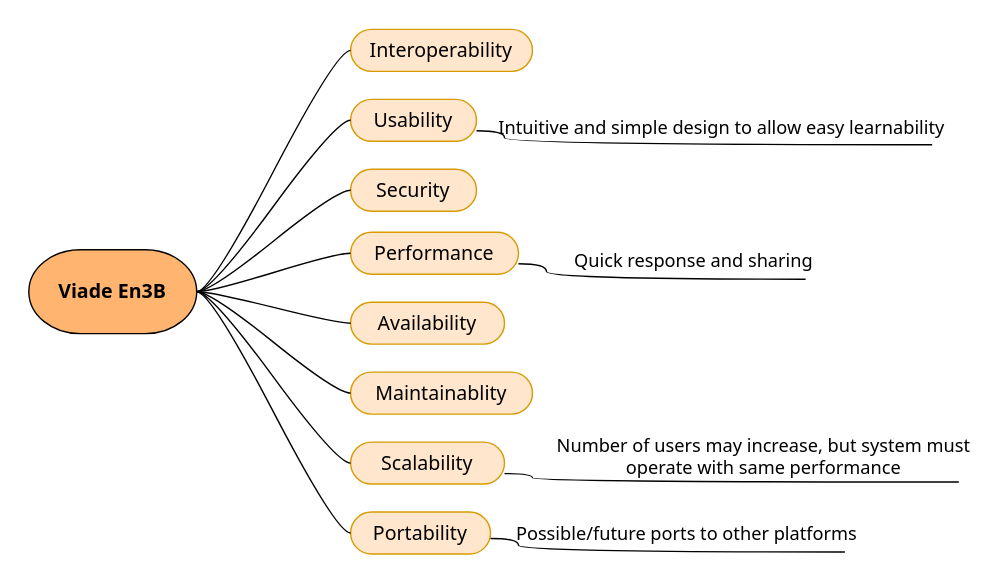
Above: src/docs/images/10_qualitytree.svg in labratests/viade_en3b1 (draw.io), before the change. Source tidied: cells renumbered, new cells last; positions are measured from the earlier drawing's top-left corner, leaving out a move shared by most shapes. Source of this version:
```xml
<mxGraphModel>
  <root>
    <mxCell id="0" />
    <mxCell id="1" parent="0" />
    <mxCell id="2" value="Interoperability" style="whiteSpace=wrap;html=1;rounded=1;arcSize=50;align=center;verticalAlign=middle;strokeWidth=1;spacing=4;fontFamily=Segoe UI;fontSize=14;fillColor=#ffe6cc;strokeColor=#d79b00;" parent="1" vertex="1">
      <mxGeometry x="230" y="0.5" width="130" height="30" as="geometry" />
    </mxCell>
    <mxCell id="3" style="edgeStyle=entityRelationEdgeStyle;startArrow=none;endArrow=none;segment=10;curved=1;fontFamily=Segoe UI;fontSize=13;exitX=1;exitY=0.5;exitDx=0;exitDy=0;exitPerimeter=0;" parent="1" edge="1" source="4" target="2">
      <mxGeometry relative="1" as="geometry" />
    </mxCell>
    <mxCell id="4" value="Viade En3B" style="strokeWidth=1;html=1;shape=mxgraph.flowchart.terminator;whiteSpace=wrap;rounded=0;fillColor=#FFB570;gradientColor=none;fontFamily=Segoe UI;fontSize=14;fontStyle=1;" parent="1" vertex="1">
      <mxGeometry y="158" width="120" height="60" as="geometry" />
    </mxCell>
    <mxCell id="5" style="edgeStyle=orthogonalEdgeStyle;curved=1;rounded=0;jettySize=auto;html=1;exitX=1;exitY=0.75;exitDx=0;exitDy=0;entryX=0.982;entryY=0.964;entryDx=0;entryDy=0;entryPerimeter=0;endArrow=none;endFill=0;strokeWidth=1;fontFamily=Segoe UI;fontSize=14;" parent="1" edge="1" source="6" target="23">
      <mxGeometry relative="1" as="geometry" />
    </mxCell>
    <mxCell id="6" value="Scalability" style="whiteSpace=wrap;html=1;rounded=1;arcSize=50;align=center;verticalAlign=middle;strokeWidth=1;spacing=4;fontFamily=Segoe UI;fontSize=14;fillColor=#ffe6cc;strokeColor=#d79b00;" parent="1" vertex="1">
      <mxGeometry x="230" y="295.5" width="110" height="30" as="geometry" />
    </mxCell>
    <mxCell id="7" style="edgeStyle=entityRelationEdgeStyle;startArrow=none;endArrow=none;segment=10;curved=1;fontFamily=Segoe UI;fontSize=13;exitX=1;exitY=0.5;exitDx=0;exitDy=0;exitPerimeter=0;" parent="1" edge="1" source="4" target="6">
      <mxGeometry relative="1" as="geometry" />
    </mxCell>
    <mxCell id="8" value="Security" style="whiteSpace=wrap;html=1;rounded=1;arcSize=50;align=center;verticalAlign=middle;strokeWidth=1;spacing=4;fontFamily=Segoe UI;fontSize=14;fillColor=#ffe6cc;strokeColor=#d79b00;" parent="1" vertex="1">
      <mxGeometry x="230" y="100.5" width="90" height="30" as="geometry" />
    </mxCell>
    <mxCell id="9" style="edgeStyle=entityRelationEdgeStyle;startArrow=none;endArrow=none;segment=10;curved=1;fontFamily=Segoe UI;fontSize=13;exitX=1;exitY=0.5;exitDx=0;exitDy=0;exitPerimeter=0;" parent="1" edge="1" source="4" target="8">
      <mxGeometry relative="1" as="geometry" />
    </mxCell>
    <mxCell id="10" value="Availability" style="whiteSpace=wrap;html=1;rounded=1;arcSize=50;align=center;verticalAlign=middle;strokeWidth=1;spacing=4;fontFamily=Segoe UI;fontSize=14;fillColor=#ffe6cc;strokeColor=#d79b00;" parent="1" vertex="1">
      <mxGeometry x="230" y="195.5" width="110" height="30" as="geometry" />
    </mxCell>
    <mxCell id="11" style="edgeStyle=entityRelationEdgeStyle;startArrow=none;endArrow=none;segment=10;curved=1;fontFamily=Segoe UI;fontSize=13;exitX=1;exitY=0.5;exitDx=0;exitDy=0;exitPerimeter=0;" parent="1" edge="1" source="4" target="10">
      <mxGeometry relative="1" as="geometry" />
    </mxCell>
    <mxCell id="12" style="edgeStyle=orthogonalEdgeStyle;curved=1;rounded=0;jettySize=auto;html=1;exitX=1;exitY=0.75;exitDx=0;exitDy=0;entryX=0.972;entryY=1.178;entryDx=0;entryDy=0;entryPerimeter=0;endArrow=none;endFill=0;strokeWidth=1;fontFamily=Segoe UI;fontSize=14;" parent="1" edge="1" source="13" target="24">
      <mxGeometry relative="1" as="geometry" />
    </mxCell>
    <mxCell id="13" value="Performance" style="whiteSpace=wrap;html=1;rounded=1;arcSize=50;align=center;verticalAlign=middle;strokeWidth=1;spacing=4;fontFamily=Segoe UI;fontSize=14;fillColor=#ffe6cc;strokeColor=#d79b00;" parent="1" vertex="1">
      <mxGeometry x="230" y="145.5" width="120" height="30" as="geometry" />
    </mxCell>
    <mxCell id="14" style="edgeStyle=entityRelationEdgeStyle;startArrow=none;endArrow=none;segment=10;curved=1;fontFamily=Segoe UI;fontSize=13;exitX=1;exitY=0.5;exitDx=0;exitDy=0;exitPerimeter=0;" parent="1" edge="1" source="4" target="13">
      <mxGeometry relative="1" as="geometry" />
    </mxCell>
    <mxCell id="15" value="Maintainablity" style="whiteSpace=wrap;html=1;rounded=1;arcSize=50;align=center;verticalAlign=middle;strokeWidth=1;spacing=4;fontFamily=Segoe UI;fontSize=14;fillColor=#ffe6cc;strokeColor=#d79b00;" parent="1" vertex="1">
      <mxGeometry x="230" y="245.5" width="130" height="30" as="geometry" />
    </mxCell>
    <mxCell id="16" style="edgeStyle=entityRelationEdgeStyle;startArrow=none;endArrow=none;segment=10;curved=1;fontFamily=Segoe UI;fontSize=13;exitX=1;exitY=0.5;exitDx=0;exitDy=0;exitPerimeter=0;" parent="1" edge="1" source="4" target="15">
      <mxGeometry relative="1" as="geometry" />
    </mxCell>
    <mxCell id="17" value="Portability" style="whiteSpace=wrap;html=1;rounded=1;arcSize=50;align=center;verticalAlign=middle;strokeWidth=1;spacing=4;fontFamily=Segoe UI;fontSize=14;fillColor=#ffe6cc;strokeColor=#d79b00;" parent="1" vertex="1">
      <mxGeometry x="230" y="345.5" width="100" height="30" as="geometry" />
    </mxCell>
    <mxCell id="18" style="edgeStyle=entityRelationEdgeStyle;startArrow=none;endArrow=none;segment=10;curved=1;fontFamily=Segoe UI;fontSize=13;exitX=1;exitY=0.5;exitDx=0;exitDy=0;exitPerimeter=0;" parent="1" edge="1" source="4" target="17">
      <mxGeometry relative="1" as="geometry" />
    </mxCell>
    <mxCell id="19" style="edgeStyle=orthogonalEdgeStyle;curved=1;rounded=0;jettySize=auto;html=1;exitX=1;exitY=0.75;exitDx=0;exitDy=0;entryX=0.986;entryY=1.122;entryDx=0;entryDy=0;entryPerimeter=0;endArrow=none;endFill=0;strokeWidth=1;fontFamily=Segoe UI;fontSize=13;" parent="1" edge="1" source="20" target="22">
      <mxGeometry relative="1" as="geometry" />
    </mxCell>
    <mxCell id="20" value="Usability" style="whiteSpace=wrap;html=1;rounded=1;arcSize=50;align=center;verticalAlign=middle;strokeWidth=1;spacing=4;fontFamily=Segoe UI;fontSize=14;fillColor=#ffe6cc;strokeColor=#d79b00;" parent="1" vertex="1">
      <mxGeometry x="230" y="50.5" width="90" height="30" as="geometry" />
    </mxCell>
    <mxCell id="21" style="edgeStyle=entityRelationEdgeStyle;startArrow=none;endArrow=none;segment=10;curved=1;fontFamily=Segoe UI;fontSize=13;exitX=1;exitY=0.5;exitDx=0;exitDy=0;exitPerimeter=0;" parent="1" edge="1" source="4" target="20">
      <mxGeometry relative="1" as="geometry" />
    </mxCell>
    <mxCell id="22" value="Intuitive and simple design to allow easy learnability" style="text;html=1;align=center;verticalAlign=middle;points=[];fontSize=13;fontFamily=Segoe UI;" parent="1" vertex="1">
      <mxGeometry x="340" y="60.5" width="310" height="20" as="geometry" />
    </mxCell>
    <mxCell id="23" value="Number of users may increase, but system must &lt;br&gt;operate with same performance" style="text;html=1;align=center;verticalAlign=middle;points=[];fontSize=13;fontFamily=Segoe UI;" parent="1" vertex="1">
      <mxGeometry x="380" y="285.5" width="290" height="40" as="geometry" />
    </mxCell>
    <mxCell id="24" value="Quick response and sharing" style="text;html=1;align=center;verticalAlign=middle;points=[];fontSize=13;fontFamily=Segoe UI;" parent="1" vertex="1">
      <mxGeometry x="390" y="155.5" width="170" height="20" as="geometry" />
    </mxCell>
    <mxCell id="25" style="edgeStyle=orthogonalEdgeStyle;curved=1;rounded=0;jettySize=auto;html=1;exitX=1;exitY=0.75;exitDx=0;exitDy=0;entryX=0.972;entryY=1.178;entryDx=0;entryDy=0;entryPerimeter=0;endArrow=none;endFill=0;strokeWidth=1;fontFamily=Segoe UI;fontSize=14;" parent="1" edge="1" target="26">
      <mxGeometry relative="1" as="geometry">
        <mxPoint x="330" y="364.4" as="sourcePoint" />
      </mxGeometry>
    </mxCell>
    <mxCell id="26" value="Possible/future ports to other platforms" style="text;html=1;align=center;verticalAlign=middle;points=[];fontSize=13;fontFamily=Segoe UI;" parent="1" vertex="1">
      <mxGeometry x="350" y="350.5" width="240" height="20" as="geometry" />
    </mxCell>
  </root>
</mxGraphModel>
```
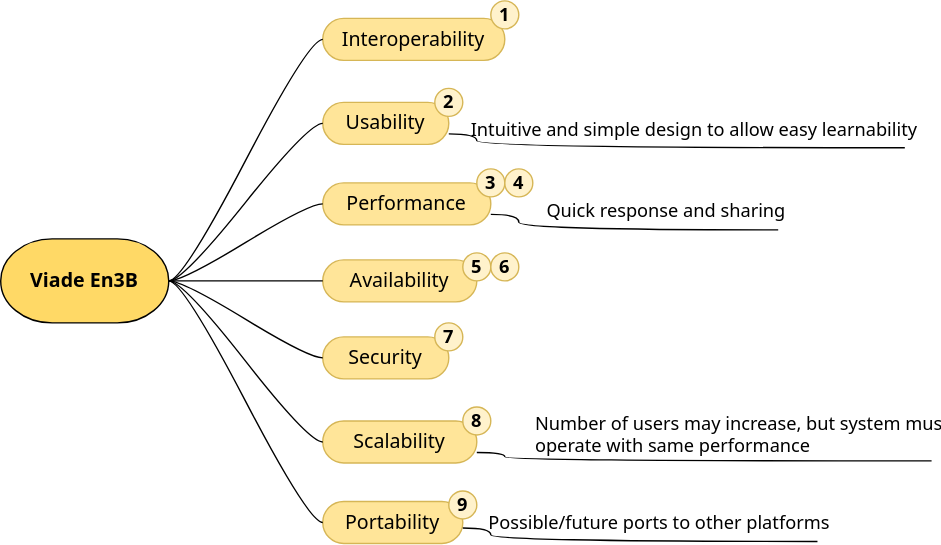
The same diagram one commit later.

The edit, as a diff of the source:
```diff
@@ -2,32 +2,32 @@
   <root>
     <mxCell id="0" />
     <mxCell id="1" parent="0" />
-    <mxCell id="2" value="Interoperability" style="whiteSpace=wrap;html=1;rounded=1;arcSize=50;align=center;verticalAlign=middle;strokeWidth=1;spacing=4;fontFamily=Segoe UI;fontSize=14;fillColor=#ffe6cc;strokeColor=#d79b00;" parent="1" vertex="1">
+    <mxCell id="2" value="Interoperability" style="whiteSpace=wrap;html=1;rounded=1;arcSize=50;align=center;verticalAlign=middle;strokeWidth=1;spacing=4;fontFamily=Segoe UI;fontSize=14;fillColor=#FFE599;strokeColor=#d6b656;" parent="1" vertex="1">
       <mxGeometry x="230" y="0.5" width="130" height="30" as="geometry" />
     </mxCell>
     <mxCell id="3" style="edgeStyle=entityRelationEdgeStyle;startArrow=none;endArrow=none;segment=10;curved=1;fontFamily=Segoe UI;fontSize=13;exitX=1;exitY=0.5;exitDx=0;exitDy=0;exitPerimeter=0;" parent="1" edge="1" source="4" target="2">
       <mxGeometry relative="1" as="geometry" />
     </mxCell>
-    <mxCell id="4" value="Viade En3B" style="strokeWidth=1;html=1;shape=mxgraph.flowchart.terminator;whiteSpace=wrap;rounded=0;fillColor=#FFB570;gradientColor=none;fontFamily=Segoe UI;fontSize=14;fontStyle=1;" parent="1" vertex="1">
+    <mxCell id="4" value="Viade En3B" style="strokeWidth=1;html=1;shape=mxgraph.flowchart.terminator;whiteSpace=wrap;rounded=0;fillColor=#FFD966;gradientColor=none;fontFamily=Segoe UI;fontSize=14;fontStyle=1;" parent="1" vertex="1">
       <mxGeometry y="158" width="120" height="60" as="geometry" />
     </mxCell>
     <mxCell id="5" style="edgeStyle=orthogonalEdgeStyle;curved=1;rounded=0;jettySize=auto;html=1;exitX=1;exitY=0.75;exitDx=0;exitDy=0;entryX=0.982;entryY=0.964;entryDx=0;entryDy=0;entryPerimeter=0;endArrow=none;endFill=0;strokeWidth=1;fontFamily=Segoe UI;fontSize=14;" parent="1" edge="1" source="6" target="23">
       <mxGeometry relative="1" as="geometry" />
     </mxCell>
-    <mxCell id="6" value="Scalability" style="whiteSpace=wrap;html=1;rounded=1;arcSize=50;align=center;verticalAlign=middle;strokeWidth=1;spacing=4;fontFamily=Segoe UI;fontSize=14;fillColor=#ffe6cc;strokeColor=#d79b00;" parent="1" vertex="1">
-      <mxGeometry x="230" y="295.5" width="110" height="30" as="geometry" />
+    <mxCell id="6" value="Scalability" style="whiteSpace=wrap;html=1;rounded=1;arcSize=50;align=center;verticalAlign=middle;strokeWidth=1;spacing=4;fontFamily=Segoe UI;fontSize=14;fillColor=#FFE599;strokeColor=#d6b656;" parent="1" vertex="1">
+      <mxGeometry x="230" y="288" width="110" height="30" as="geometry" />
     </mxCell>
     <mxCell id="7" style="edgeStyle=entityRelationEdgeStyle;startArrow=none;endArrow=none;segment=10;curved=1;fontFamily=Segoe UI;fontSize=13;exitX=1;exitY=0.5;exitDx=0;exitDy=0;exitPerimeter=0;" parent="1" edge="1" source="4" target="6">
       <mxGeometry relative="1" as="geometry" />
     </mxCell>
-    <mxCell id="8" value="Security" style="whiteSpace=wrap;html=1;rounded=1;arcSize=50;align=center;verticalAlign=middle;strokeWidth=1;spacing=4;fontFamily=Segoe UI;fontSize=14;fillColor=#ffe6cc;strokeColor=#d79b00;" parent="1" vertex="1">
-      <mxGeometry x="230" y="100.5" width="90" height="30" as="geometry" />
+    <mxCell id="8" value="Security" style="whiteSpace=wrap;html=1;rounded=1;arcSize=50;align=center;verticalAlign=middle;strokeWidth=1;spacing=4;fontFamily=Segoe UI;fontSize=14;fillColor=#FFE599;strokeColor=#d6b656;" parent="1" vertex="1">
+      <mxGeometry x="230" y="228" width="90" height="30" as="geometry" />
     </mxCell>
     <mxCell id="9" style="edgeStyle=entityRelationEdgeStyle;startArrow=none;endArrow=none;segment=10;curved=1;fontFamily=Segoe UI;fontSize=13;exitX=1;exitY=0.5;exitDx=0;exitDy=0;exitPerimeter=0;" parent="1" edge="1" source="4" target="8">
       <mxGeometry relative="1" as="geometry" />
     </mxCell>
-    <mxCell id="10" value="Availability" style="whiteSpace=wrap;html=1;rounded=1;arcSize=50;align=center;verticalAlign=middle;strokeWidth=1;spacing=4;fontFamily=Segoe UI;fontSize=14;fillColor=#ffe6cc;strokeColor=#d79b00;" parent="1" vertex="1">
-      <mxGeometry x="230" y="195.5" width="110" height="30" as="geometry" />
+    <mxCell id="10" value="Availability" style="whiteSpace=wrap;html=1;rounded=1;arcSize=50;align=center;verticalAlign=middle;strokeWidth=1;spacing=4;fontFamily=Segoe UI;fontSize=14;fillColor=#FFE599;strokeColor=#d6b656;" parent="1" vertex="1">
+      <mxGeometry x="230" y="173" width="110" height="30" as="geometry" />
     </mxCell>
     <mxCell id="11" style="edgeStyle=entityRelationEdgeStyle;startArrow=none;endArrow=none;segment=10;curved=1;fontFamily=Segoe UI;fontSize=13;exitX=1;exitY=0.5;exitDx=0;exitDy=0;exitPerimeter=0;" parent="1" edge="1" source="4" target="10">
       <mxGeometry relative="1" as="geometry" />
@@ -35,19 +35,13 @@
     <mxCell id="12" style="edgeStyle=orthogonalEdgeStyle;curved=1;rounded=0;jettySize=auto;html=1;exitX=1;exitY=0.75;exitDx=0;exitDy=0;entryX=0.972;entryY=1.178;entryDx=0;entryDy=0;entryPerimeter=0;endArrow=none;endFill=0;strokeWidth=1;fontFamily=Segoe UI;fontSize=14;" parent="1" edge="1" source="13" target="24">
       <mxGeometry relative="1" as="geometry" />
     </mxCell>
-    <mxCell id="13" value="Performance" style="whiteSpace=wrap;html=1;rounded=1;arcSize=50;align=center;verticalAlign=middle;strokeWidth=1;spacing=4;fontFamily=Segoe UI;fontSize=14;fillColor=#ffe6cc;strokeColor=#d79b00;" parent="1" vertex="1">
-      <mxGeometry x="230" y="145.5" width="120" height="30" as="geometry" />
+    <mxCell id="13" value="Performance" style="whiteSpace=wrap;html=1;rounded=1;arcSize=50;align=center;verticalAlign=middle;strokeWidth=1;spacing=4;fontFamily=Segoe UI;fontSize=14;fillColor=#FFE599;strokeColor=#d6b656;" parent="1" vertex="1">
+      <mxGeometry x="230" y="118" width="120" height="30" as="geometry" />
     </mxCell>
     <mxCell id="14" style="edgeStyle=entityRelationEdgeStyle;startArrow=none;endArrow=none;segment=10;curved=1;fontFamily=Segoe UI;fontSize=13;exitX=1;exitY=0.5;exitDx=0;exitDy=0;exitPerimeter=0;" parent="1" edge="1" source="4" target="13">
       <mxGeometry relative="1" as="geometry" />
     </mxCell>
-    <mxCell id="15" value="Maintainablity" style="whiteSpace=wrap;html=1;rounded=1;arcSize=50;align=center;verticalAlign=middle;strokeWidth=1;spacing=4;fontFamily=Segoe UI;fontSize=14;fillColor=#ffe6cc;strokeColor=#d79b00;" parent="1" vertex="1">
-      <mxGeometry x="230" y="245.5" width="130" height="30" as="geometry" />
-    </mxCell>
-    <mxCell id="16" style="edgeStyle=entityRelationEdgeStyle;startArrow=none;endArrow=none;segment=10;curved=1;fontFamily=Segoe UI;fontSize=13;exitX=1;exitY=0.5;exitDx=0;exitDy=0;exitPerimeter=0;" parent="1" edge="1" source="4" target="15">
-      <mxGeometry relative="1" as="geometry" />
-    </mxCell>
-    <mxCell id="17" value="Portability" style="whiteSpace=wrap;html=1;rounded=1;arcSize=50;align=center;verticalAlign=middle;strokeWidth=1;spacing=4;fontFamily=Segoe UI;fontSize=14;fillColor=#ffe6cc;strokeColor=#d79b00;" parent="1" vertex="1">
+    <mxCell id="17" value="Portability" style="whiteSpace=wrap;html=1;rounded=1;arcSize=50;align=center;verticalAlign=middle;strokeWidth=1;spacing=4;fontFamily=Segoe UI;fontSize=14;fillColor=#FFE599;strokeColor=#d6b656;" parent="1" vertex="1">
       <mxGeometry x="230" y="345.5" width="100" height="30" as="geometry" />
     </mxCell>
     <mxCell id="18" style="edgeStyle=entityRelationEdgeStyle;startArrow=none;endArrow=none;segment=10;curved=1;fontFamily=Segoe UI;fontSize=13;exitX=1;exitY=0.5;exitDx=0;exitDy=0;exitPerimeter=0;" parent="1" edge="1" source="4" target="17">
@@ -56,20 +50,20 @@
     <mxCell id="19" style="edgeStyle=orthogonalEdgeStyle;curved=1;rounded=0;jettySize=auto;html=1;exitX=1;exitY=0.75;exitDx=0;exitDy=0;entryX=0.986;entryY=1.122;entryDx=0;entryDy=0;entryPerimeter=0;endArrow=none;endFill=0;strokeWidth=1;fontFamily=Segoe UI;fontSize=13;" parent="1" edge="1" source="20" target="22">
       <mxGeometry relative="1" as="geometry" />
     </mxCell>
-    <mxCell id="20" value="Usability" style="whiteSpace=wrap;html=1;rounded=1;arcSize=50;align=center;verticalAlign=middle;strokeWidth=1;spacing=4;fontFamily=Segoe UI;fontSize=14;fillColor=#ffe6cc;strokeColor=#d79b00;" parent="1" vertex="1">
-      <mxGeometry x="230" y="50.5" width="90" height="30" as="geometry" />
+    <mxCell id="20" value="Usability" style="whiteSpace=wrap;html=1;rounded=1;arcSize=50;align=center;verticalAlign=middle;strokeWidth=1;spacing=4;fontFamily=Segoe UI;fontSize=14;fillColor=#FFE599;strokeColor=#d6b656;" parent="1" vertex="1">
+      <mxGeometry x="230" y="60.5" width="90" height="30" as="geometry" />
     </mxCell>
     <mxCell id="21" style="edgeStyle=entityRelationEdgeStyle;startArrow=none;endArrow=none;segment=10;curved=1;fontFamily=Segoe UI;fontSize=13;exitX=1;exitY=0.5;exitDx=0;exitDy=0;exitPerimeter=0;" parent="1" edge="1" source="4" target="20">
       <mxGeometry relative="1" as="geometry" />
     </mxCell>
     <mxCell id="22" value="Intuitive and simple design to allow easy learnability" style="text;html=1;align=center;verticalAlign=middle;points=[];fontSize=13;fontFamily=Segoe UI;" parent="1" vertex="1">
-      <mxGeometry x="340" y="60.5" width="310" height="20" as="geometry" />
+      <mxGeometry x="340" y="70.5" width="310" height="20" as="geometry" />
     </mxCell>
-    <mxCell id="23" value="Number of users may increase, but system must &lt;br&gt;operate with same performance" style="text;html=1;align=center;verticalAlign=middle;points=[];fontSize=13;fontFamily=Segoe UI;" parent="1" vertex="1">
-      <mxGeometry x="380" y="285.5" width="290" height="40" as="geometry" />
+    <mxCell id="23" value="Number of users may increase, but system must &lt;br&gt;operate with same performance" style="text;html=1;align=left;verticalAlign=middle;points=[];fontSize=13;fontFamily=Segoe UI;" parent="1" vertex="1">
+      <mxGeometry x="380" y="278" width="290" height="40" as="geometry" />
     </mxCell>
     <mxCell id="24" value="Quick response and sharing" style="text;html=1;align=center;verticalAlign=middle;points=[];fontSize=13;fontFamily=Segoe UI;" parent="1" vertex="1">
-      <mxGeometry x="390" y="155.5" width="170" height="20" as="geometry" />
+      <mxGeometry x="390" y="128" width="170" height="20" as="geometry" />
     </mxCell>
     <mxCell id="25" style="edgeStyle=orthogonalEdgeStyle;curved=1;rounded=0;jettySize=auto;html=1;exitX=1;exitY=0.75;exitDx=0;exitDy=0;entryX=0.972;entryY=1.178;entryDx=0;entryDy=0;entryPerimeter=0;endArrow=none;endFill=0;strokeWidth=1;fontFamily=Segoe UI;fontSize=14;" parent="1" edge="1" target="26">
       <mxGeometry relative="1" as="geometry">
@@ -79,5 +73,32 @@
     <mxCell id="26" value="Possible/future ports to other platforms" style="text;html=1;align=center;verticalAlign=middle;points=[];fontSize=13;fontFamily=Segoe UI;" parent="1" vertex="1">
       <mxGeometry x="350" y="350.5" width="240" height="20" as="geometry" />
     </mxCell>
+    <mxCell id="27" value="&lt;b style=&quot;font-size: 13px&quot;&gt;2&lt;/b&gt;" style="ellipse;whiteSpace=wrap;html=1;fillColor=#fff2cc;strokeColor=#d6b656;fontFamily=Segoe UI;fontSize=13;" parent="1" vertex="1">
+      <mxGeometry x="310" y="50.5" width="20" height="20" as="geometry" />
+    </mxCell>
+    <mxCell id="28" value="&lt;b style=&quot;font-size: 13px;&quot;&gt;1&lt;/b&gt;" style="ellipse;whiteSpace=wrap;html=1;fillColor=#fff2cc;strokeColor=#d6b656;fontFamily=Segoe UI;fontSize=13;" parent="1" vertex="1">
+      <mxGeometry x="350" y="-12" width="20" height="20" as="geometry" />
+    </mxCell>
+    <mxCell id="29" value="&lt;b style=&quot;font-size: 13px&quot;&gt;3&lt;/b&gt;" style="ellipse;whiteSpace=wrap;html=1;fillColor=#fff2cc;strokeColor=#d6b656;fontFamily=Segoe UI;fontSize=13;" parent="1" vertex="1">
+      <mxGeometry x="340" y="108" width="20" height="20" as="geometry" />
+    </mxCell>
+    <mxCell id="30" value="&lt;b style=&quot;font-size: 13px&quot;&gt;4&lt;/b&gt;" style="ellipse;whiteSpace=wrap;html=1;fillColor=#fff2cc;strokeColor=#d6b656;fontFamily=Segoe UI;fontSize=13;" parent="1" vertex="1">
+      <mxGeometry x="360" y="108" width="20" height="20" as="geometry" />
+    </mxCell>
+    <mxCell id="31" value="&lt;b style=&quot;font-size: 13px&quot;&gt;5&lt;/b&gt;" style="ellipse;whiteSpace=wrap;html=1;fillColor=#fff2cc;strokeColor=#d6b656;fontFamily=Segoe UI;fontSize=13;" parent="1" vertex="1">
+      <mxGeometry x="330" y="168" width="20" height="20" as="geometry" />
+    </mxCell>
+    <mxCell id="32" value="&lt;b style=&quot;font-size: 13px&quot;&gt;6&lt;/b&gt;" style="ellipse;whiteSpace=wrap;html=1;fillColor=#fff2cc;strokeColor=#d6b656;fontFamily=Segoe UI;fontSize=13;" parent="1" vertex="1">
+      <mxGeometry x="350" y="168" width="20" height="20" as="geometry" />
+    </mxCell>
+    <mxCell id="33" value="&lt;b style=&quot;font-size: 13px&quot;&gt;7&lt;/b&gt;" style="ellipse;whiteSpace=wrap;html=1;fillColor=#fff2cc;strokeColor=#d6b656;fontFamily=Segoe UI;fontSize=13;" parent="1" vertex="1">
+      <mxGeometry x="310" y="218" width="20" height="20" as="geometry" />
+    </mxCell>
+    <mxCell id="34" value="&lt;b style=&quot;font-size: 13px&quot;&gt;8&lt;/b&gt;" style="ellipse;whiteSpace=wrap;html=1;fillColor=#fff2cc;strokeColor=#d6b656;fontFamily=Segoe UI;fontSize=13;" parent="1" vertex="1">
+      <mxGeometry x="330" y="278" width="20" height="20" as="geometry" />
+    </mxCell>
+    <mxCell id="35" value="&lt;b style=&quot;font-size: 13px&quot;&gt;9&lt;/b&gt;" style="ellipse;whiteSpace=wrap;html=1;fillColor=#fff2cc;strokeColor=#d6b656;fontFamily=Segoe UI;fontSize=13;" parent="1" vertex="1">
+      <mxGeometry x="320" y="338" width="20" height="20" as="geometry" />
+    </mxCell>
   </root>
 </mxGraphModel>
```
